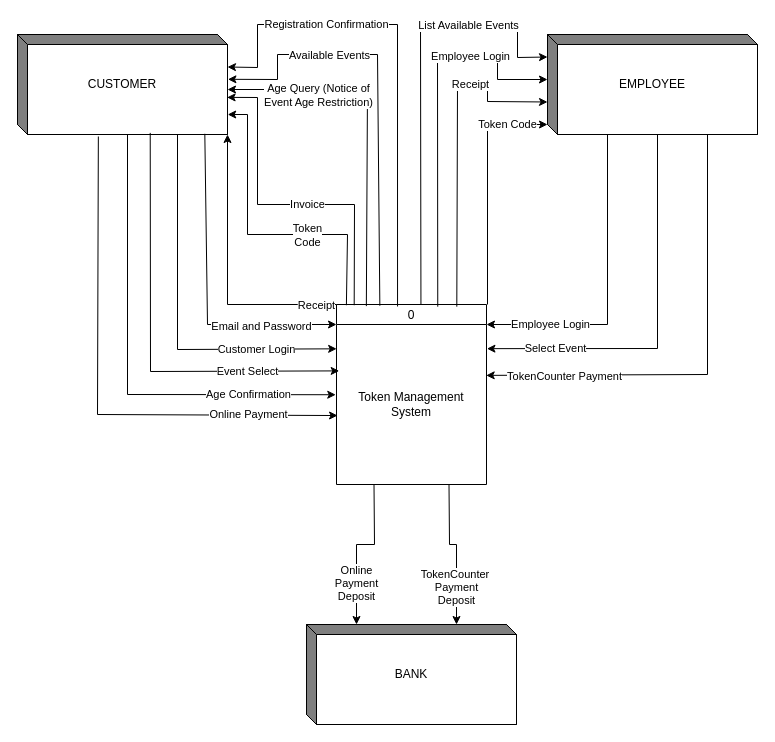
Before: Context Diagram.drawio in JussSelenite/JussSelenite, a draw.io diagram. Source tidied: cells renumbered, new cells numbered last; positions are measured from the earlier drawing's top-left corner, leaving out a move shared by most shapes. Both pictures are drawn from the tidied source at 100%, with x=0, y=0 at pixel (17, 24).
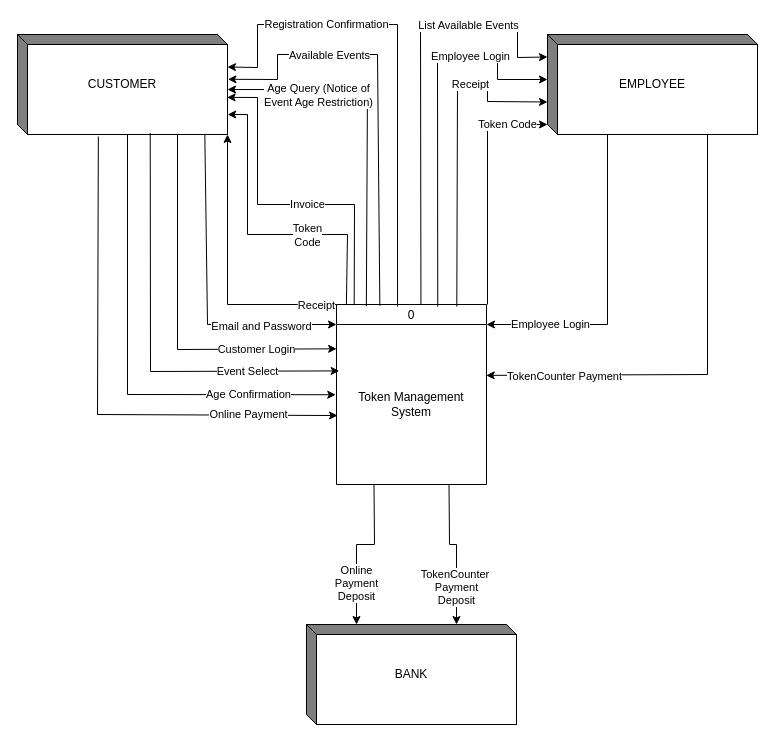
Above is the later version.

Unchanged cells that the change refers to:
```xml
<mxCell id="3" value="Token Management System" style="text;html=1;strokeColor=none;fillColor=none;align=center;verticalAlign=middle;whiteSpace=wrap;rounded=0;" parent="2" vertex="1">
  <mxGeometry y="20" width="150" height="160" as="geometry" />
</mxCell>
<mxCell id="6" value="EMPLOYEE" style="html=1;dashed=0;whiteSpace=wrap;shape=mxgraph.dfd.externalEntity;" parent="1" vertex="1">
  <mxGeometry x="530" y="10" width="210" height="100" as="geometry" />
</mxCell>
```

Diff of the diagram source:
```diff
@@
-    <mxCell id="39" style="endArrow=classic;html=1;rounded=0;entryX=1.003;entryY=0.151;entryDx=0;entryDy=0;entryPerimeter=0;exitX=0;exitY=0;exitDx=110;exitDy=100;exitPerimeter=0;" parent="1" edge="1" source="6" target="3">
-      <mxGeometry relative="1" as="geometry">
-        <Array as="points">
-          <mxPoint x="640" y="324" />
-        </Array>
-      </mxGeometry>
-    </mxCell>
-    <mxCell id="40" value="Select Event" style="edgeLabel;html=1;align=center;verticalAlign=middle;" parent="39" vertex="1">
-      <mxGeometry x="0.71" y="1" relative="1" as="geometry">
-        <mxPoint x="12" y="-2" as="offset" />
-      </mxGeometry>
-    </mxCell>
```
